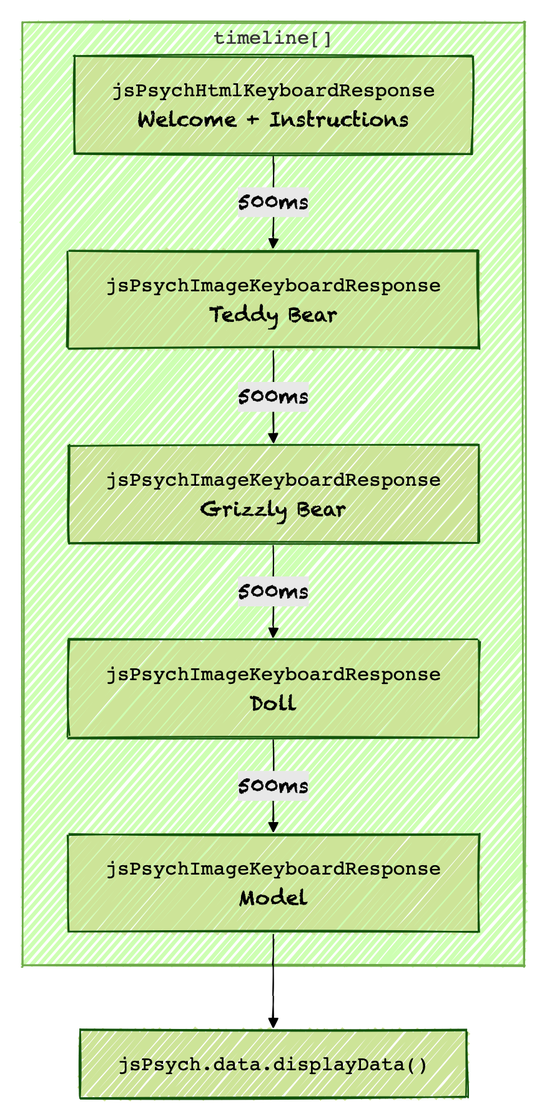
Above: doc/flowchart.png in dgmulf/rt_plusplus (Mermaid), before the change. Its source is kept beside it as flowchart.mmd. Source of this version:
```mermaid
%%{init: {'theme':'forest','look':'handDrawn','themeVariables': { 'fontFamily': 'Chalkduster' }}}%%
flowchart TD
  subgraph TL["<code>timeline[]</code>"]
    W[<code>jsPsychHtmlKeyboardResponse</code><br/>Welcome + Instructions]
    I1[<code>jsPsychImageKeyboardResponse</code><br/>Teddy Bear]
    I2[<code>jsPsychImageKeyboardResponse</code><br/>Grizzly Bear]
    I3[<code>jsPsychImageKeyboardResponse</code><br/>Doll]
    I4[<code>jsPsychImageKeyboardResponse</code><br/>Model]

    W -->|500ms| I1 -->|500ms| I2 -->|500ms| I3 -->|500ms| I4
  end

  D["<code>jsPsych.data.displayData()</code>"]
  I4 --> D
```
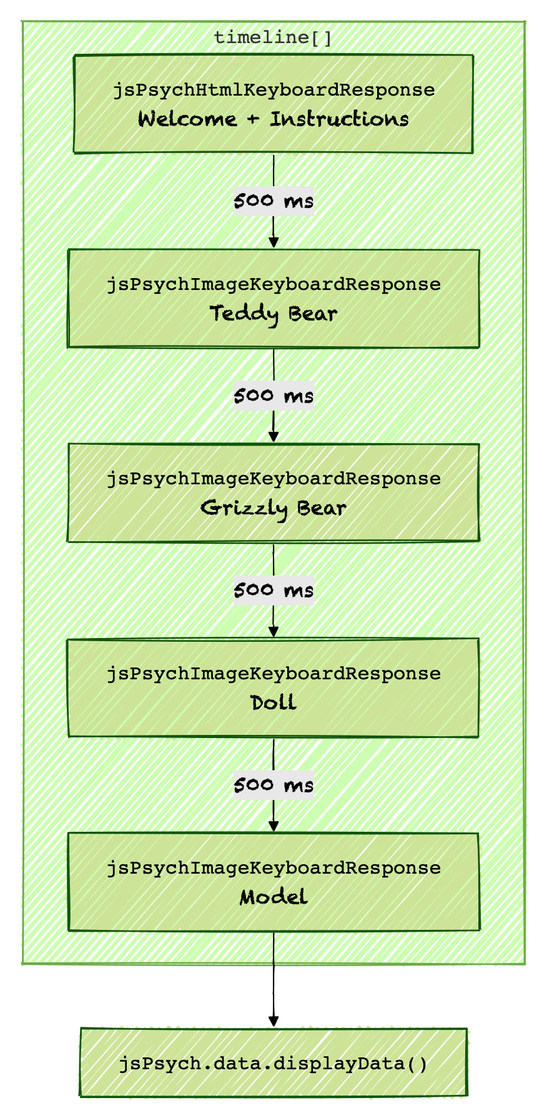
After the change.

Change to the diagram source:
```diff
@@ -7,7 +7,7 @@
     I3[<code>jsPsychImageKeyboardResponse</code><br/>Doll]
     I4[<code>jsPsychImageKeyboardResponse</code><br/>Model]
 
-    W -->|500ms| I1 -->|500ms| I2 -->|500ms| I3 -->|500ms| I4
+    W -->|500 ms| I1 -->|500 ms| I2 -->|500 ms| I3 -->|500 ms| I4
   end
 
   D["<code>jsPsych.data.displayData()</code>"]
```
